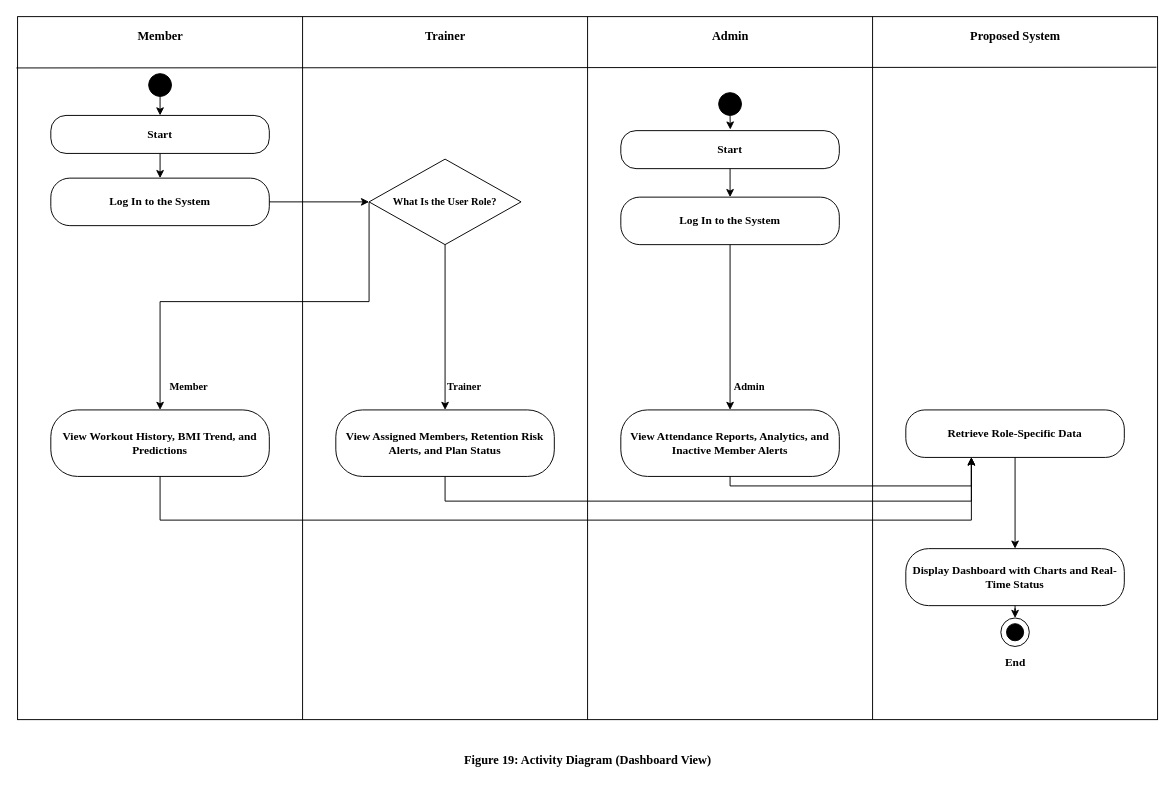
Before: chapter123/Activity-Fig19-Dashboard-View.drawio in JohnPaul010505/capstsh, a draw.io diagram. Source tidied: cells renumbered, new cells numbered last; positions are measured from the earlier drawing's top-left corner, leaving out a move shared by most shapes. Both pictures are drawn from the tidied source at 95%, with x=0, y=0 at pixel (17, 16).
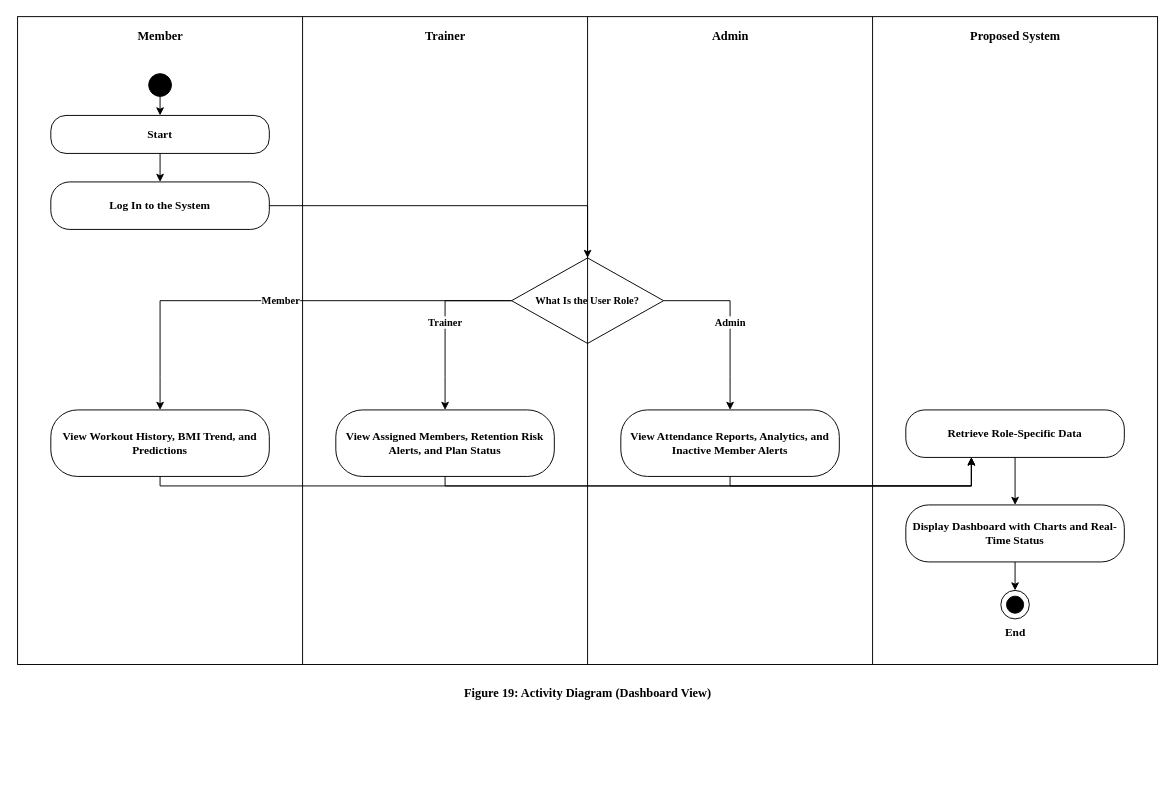
Above is the later version.

Unchanged cells that the change refers to:
```xml
<mxCell id="7" value="View Workout History, BMI Trend, and Predictions" style="rounded=1;whiteSpace=wrap;html=1;arcSize=40;fillColor=#FFFFFF;strokeColor=#000000;fontFamily=Times New Roman;fontSize=12;fontStyle=1;" parent="1" vertex="1">
  <mxGeometry x="35" y="414" width="230" height="70" as="geometry" />
</mxCell>
<mxCell id="8" value="View Assigned Members, Retention Risk Alerts, and Plan Status" style="rounded=1;whiteSpace=wrap;html=1;arcSize=40;fillColor=#FFFFFF;strokeColor=#000000;fontFamily=Times New Roman;fontSize=12;fontStyle=1;" parent="1" vertex="1">
  <mxGeometry x="335" y="414" width="230" height="70" as="geometry" />
</mxCell>
<mxCell id="9" value="View Attendance Reports, Analytics, and Inactive Member Alerts" style="rounded=1;whiteSpace=wrap;html=1;arcSize=40;fillColor=#FFFFFF;strokeColor=#000000;fontFamily=Times New Roman;fontSize=12;fontStyle=1;" parent="1" vertex="1">
  <mxGeometry x="635" y="414" width="230" height="70" as="geometry" />
</mxCell>
<mxCell id="10" value="Retrieve Role-Specific Data" style="rounded=1;whiteSpace=wrap;html=1;arcSize=40;fillColor=#FFFFFF;strokeColor=#000000;fontFamily=Times New Roman;fontSize=12;fontStyle=1;" parent="1" vertex="1">
  <mxGeometry x="935" y="414" width="230" height="50" as="geometry" />
</mxCell>
```

Change to the diagram source:
```diff
@@
     <mxCell id="2" style="rounded=0;whiteSpace=wrap;html=1;fillColor=none;strokeColor=#000000;" parent="1" vertex="1">
-      <mxGeometry width="1200" height="740" as="geometry" />
+      <mxGeometry width="1200" height="682" as="geometry" />
     </mxCell>
@@
     <mxCell id="5" value="Log In to the System" style="rounded=1;whiteSpace=wrap;html=1;arcSize=40;fillColor=#FFFFFF;strokeColor=#000000;fontFamily=Times New Roman;fontSize=12;fontStyle=1;" parent="1" vertex="1">
-      <mxGeometry x="35" y="170" width="230" height="50" as="geometry" />
+      <mxGeometry x="35" y="174" width="230" height="50" as="geometry" />
     </mxCell>
     <mxCell id="6" value="What Is the User Role?" style="rhombus;whiteSpace=wrap;html=1;fillColor=#FFFFFF;strokeColor=#000000;fontFamily=Times New Roman;fontSize=11;fontStyle=1;" parent="1" vertex="1">
-      <mxGeometry x="370" y="150" width="160" height="90" as="geometry" />
+      <mxGeometry x="520" y="254" width="160" height="90" as="geometry" />
     </mxCell>
@@
     <mxCell id="11" value="Display Dashboard with Charts and Real-Time Status" style="rounded=1;whiteSpace=wrap;html=1;arcSize=40;fillColor=#FFFFFF;strokeColor=#000000;fontFamily=Times New Roman;fontSize=12;fontStyle=1;" parent="1" vertex="1">
-      <mxGeometry x="935" y="560" width="230" height="60" as="geometry" />
+      <mxGeometry x="935" y="514" width="230" height="60" as="geometry" />
     </mxCell>
     <mxCell id="12" style="ellipse;whiteSpace=wrap;html=1;fillColor=#FFFFFF;strokeColor=#000000;" parent="1" vertex="1">
-      <mxGeometry x="1035" y="633" width="30" height="30" as="geometry" />
+      <mxGeometry x="1035" y="604" width="30" height="30" as="geometry" />
     </mxCell>
     <mxCell id="13" style="ellipse;whiteSpace=wrap;html=1;fillColor=#000000;strokeColor=#000000;" parent="1" vertex="1">
-      <mxGeometry x="1041" y="639" width="18" height="18" as="geometry" />
+      <mxGeometry x="1041" y="610" width="18" height="18" as="geometry" />
     </mxCell>
     <mxCell id="14" value="End" style="text;html=1;align=center;verticalAlign=middle;fontFamily=Times New Roman;fontSize=12;fontStyle=1;strokeColor=none;fillColor=none;" parent="1" vertex="1">
-      <mxGeometry x="1010" y="670" width="80" height="20" as="geometry" />
+      <mxGeometry x="1010" y="638" width="80" height="20" as="geometry" />
     </mxCell>
@@
-    <mxCell id="19" style="endArrow=none;html=1;strokeColor=#000000;entryX=0.25;entryY=1;entryDx=0;entryDy=0;" parent="1" edge="1" target="2">
+    <mxCell id="19" style="endArrow=none;html=1;strokeColor=#000000;" parent="1" edge="1">
       <mxGeometry relative="1" as="geometry">
         <mxPoint x="300" as="sourcePoint" />
+        <mxPoint x="300" y="682" as="targetPoint" />
       </mxGeometry>
     </mxCell>
-    <mxCell id="20" style="endArrow=none;html=1;strokeColor=#000000;entryX=0.5;entryY=1;entryDx=0;entryDy=0;" parent="1" edge="1" target="2">
+    <mxCell id="20" style="endArrow=none;html=1;strokeColor=#000000;" parent="1" edge="1">
       <mxGeometry relative="1" as="geometry">
         <mxPoint x="600" as="sourcePoint" />
+        <mxPoint x="600" y="682" as="targetPoint" />
       </mxGeometry>
     </mxCell>
-    <mxCell id="21" style="endArrow=none;html=1;strokeColor=#000000;entryX=0.75;entryY=1;entryDx=0;entryDy=0;" parent="1" edge="1" target="2">
+    <mxCell id="21" style="endArrow=none;html=1;strokeColor=#000000;" parent="1" edge="1">
       <mxGeometry relative="1" as="geometry">
         <mxPoint x="900" as="sourcePoint" />
+        <mxPoint x="900" y="682" as="targetPoint" />
       </mxGeometry>
     </mxCell>
@@
     <mxCell id="25" value="Member" style="edgeStyle=orthogonalEdgeStyle;rounded=0;html=1;strokeColor=#000000;fontFamily=Times New Roman;fontSize=11;fontStyle=1;labelBackgroundColor=#FFFFFF;exitX=0;exitY=0.5;exitDx=0;exitDy=0;entryX=0.5;entryY=0;entryDx=0;entryDy=0;" parent="1" edge="1" source="6" target="7">
-      <mxGeometry x="0.89" y="30" relative="1" as="geometry">
+      <mxGeometry relative="1" as="geometry">
         <Array as="points">
-          <mxPoint x="370" y="300" />
-          <mxPoint x="150" y="300" />
+          <mxPoint x="150" y="299" />
+          <mxPoint x="150" y="379" />
         </Array>
       </mxGeometry>
     </mxCell>
-    <mxCell id="26" value="Trainer" style="edgeStyle=orthogonalEdgeStyle;rounded=0;html=1;strokeColor=#000000;fontFamily=Times New Roman;fontSize=11;fontStyle=1;labelBackgroundColor=#FFFFFF;exitX=0.5;exitY=1;exitDx=0;exitDy=0;entryX=0.5;entryY=0;entryDx=0;entryDy=0;" parent="1" edge="1" source="6" target="8">
-      <mxGeometry x="0.72" y="20" relative="1" as="geometry">
+    <mxCell id="26" value="Trainer" style="edgeStyle=orthogonalEdgeStyle;rounded=0;html=1;strokeColor=#000000;fontFamily=Times New Roman;fontSize=11;fontStyle=1;labelBackgroundColor=#FFFFFF;exitX=0;exitY=0.5;exitDx=0;exitDy=0;entryX=0.5;entryY=0;entryDx=0;entryDy=0;" parent="1" edge="1" source="6" target="8">
+      <mxGeometry relative="1" as="geometry">
         <Array as="points">
-          <mxPoint x="450" y="250" />
+          <mxPoint x="450" y="299" />
+          <mxPoint x="450" y="379" />
         </Array>
       </mxGeometry>
     </mxCell>
-    <mxCell id="27" value="Admin" style="edgeStyle=orthogonalEdgeStyle;rounded=0;html=1;strokeColor=#000000;fontFamily=Times New Roman;fontSize=11;fontStyle=1;labelBackgroundColor=#FFFFFF;exitX=0.5;exitY=1;exitDx=0;exitDy=0;entryX=0.5;entryY=0;entryDx=0;entryDy=0;" parent="1" edge="1" source="36" target="9">
-      <mxGeometry x="0.72" y="20" relative="1" as="geometry" />
+    <mxCell id="27" value="Admin" style="edgeStyle=orthogonalEdgeStyle;rounded=0;html=1;strokeColor=#000000;fontFamily=Times New Roman;fontSize=11;fontStyle=1;labelBackgroundColor=#FFFFFF;exitX=1;exitY=0.5;exitDx=0;exitDy=0;entryX=0.5;entryY=0;entryDx=0;entryDy=0;" parent="1" edge="1" source="6" target="9">
+      <mxGeometry relative="1" as="geometry">
+        <Array as="points">
+          <mxPoint x="750" y="299" />
+          <mxPoint x="750" y="379" />
+        </Array>
+      </mxGeometry>
     </mxCell>
     <mxCell id="28" style="edgeStyle=orthogonalEdgeStyle;rounded=0;html=1;strokeColor=#000000;entryX=0.3;entryY=1;entryDx=0;entryDy=0;" parent="1" edge="1" source="7" target="10">
       <mxGeometry relative="1" as="geometry">
         <Array as="points">
-          <mxPoint x="150" y="530" />
-          <mxPoint x="1004" y="530" />
+          <mxPoint x="150" y="494" />
+          <mxPoint x="1004" y="494" />
         </Array>
       </mxGeometry>
     </mxCell>
     <mxCell id="29" style="edgeStyle=orthogonalEdgeStyle;rounded=0;html=1;strokeColor=#000000;entryX=0.3;entryY=1;entryDx=0;entryDy=0;" parent="1" edge="1" source="8" target="10">
       <mxGeometry relative="1" as="geometry">
         <Array as="points">
-          <mxPoint x="450" y="510" />
-          <mxPoint x="1004" y="510" />
+          <mxPoint x="450" y="494" />
+          <mxPoint x="1004" y="494" />
         </Array>
       </mxGeometry>
     </mxCell>
@@
     <mxCell id="33" value="Figure 19: Activity Diagram (Dashboard View)" style="text;html=1;align=center;verticalAlign=middle;fontFamily=Times New Roman;fontSize=13;fontStyle=1;strokeColor=none;fillColor=none;" parent="1" vertex="1">
-      <mxGeometry y="767" width="1200" height="30" as="geometry" />
+      <mxGeometry y="697" width="1200" height="30" as="geometry" />
     </mxCell>
-    <mxCell id="34" style="ellipse;whiteSpace=wrap;html=1;fillColor=#000000;strokeColor=#000000;" parent="1" vertex="1">
-      <mxGeometry x="738" y="80" width="24" height="24" as="geometry" />
-    </mxCell>
-    <mxCell id="35" value="Start" style="rounded=1;whiteSpace=wrap;html=1;arcSize=40;fillColor=#FFFFFF;strokeColor=#000000;fontFamily=Times New Roman;fontSize=12;fontStyle=1;" parent="1" vertex="1">
-      <mxGeometry x="635" y="120" width="230" height="40" as="geometry" />
-    </mxCell>
-    <mxCell id="36" value="Log In to the System" style="rounded=1;whiteSpace=wrap;html=1;arcSize=40;fillColor=#FFFFFF;strokeColor=#000000;fontFamily=Times New Roman;fontSize=12;fontStyle=1;" parent="1" vertex="1">
-      <mxGeometry x="635" y="190" width="230" height="50" as="geometry" />
-    </mxCell>
-    <mxCell id="37" style="endArrow=classic;html=1;rounded=0;exitX=0.5;exitY=1;exitDx=0;exitDy=0;entryX=0.501;entryY=-0.028;entryDx=0;entryDy=0;entryPerimeter=0;" parent="1" edge="1" source="34" target="35">
-      <mxGeometry relative="1" as="geometry" />
-    </mxCell>
-    <mxCell id="38" style="endArrow=classic;html=1;rounded=0;exitX=0.5;exitY=1;exitDx=0;exitDy=0;entryX=0.5;entryY=0;entryDx=0;entryDy=0;" parent="1" edge="1" target="36">
-      <mxGeometry relative="1" as="geometry">
-        <mxPoint x="750" y="160" as="sourcePoint" />
-      </mxGeometry>
-    </mxCell>
-    <mxCell id="39" style="endArrow=none;html=1;rounded=0;exitX=-0.001;exitY=0.073;exitDx=0;exitDy=0;exitPerimeter=0;entryX=0.999;entryY=0.072;entryDx=0;entryDy=0;entryPerimeter=0;" parent="1" edge="1" source="2" target="2">
-      <mxGeometry relative="1" as="geometry" />
-    </mxCell>
```
